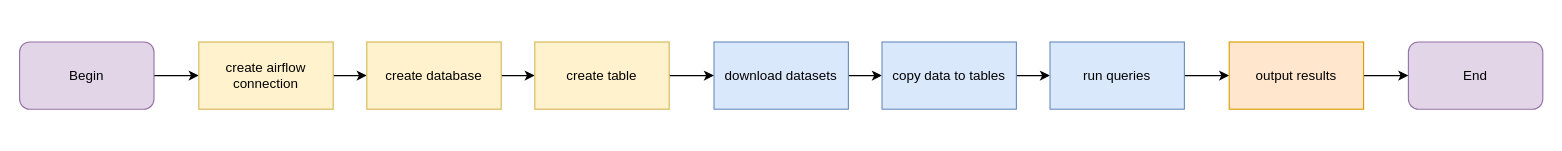
Before: docs/pipeline_v2.drawio in ZOulhadj/Data-Engineering, a draw.io diagram. Source tidied: cells renumbered, new cells numbered last; positions are measured from the earlier drawing's top-left corner, leaving out a move shared by most shapes. Both pictures are drawn from the tidied source at 112%, with x=0, y=0 at pixel (19, 41).
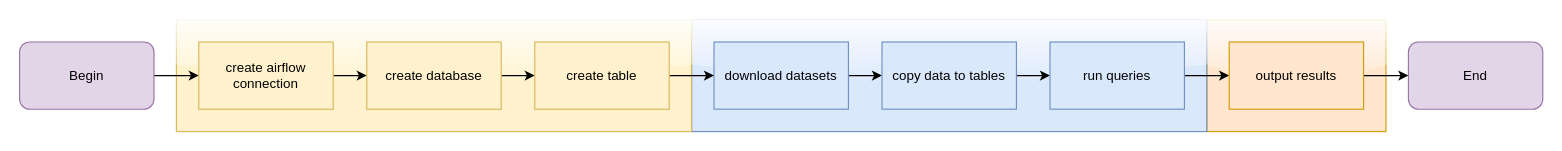
The same diagram, later.

Change to the diagram source:
```diff
@@
+    <mxCell id="19" style="rounded=0;whiteSpace=wrap;html=1;fillColor=#ffe6cc;strokeColor=#d79b00;shadow=0;glass=1;" parent="1" vertex="1">
+      <mxGeometry x="1060" y="-20" width="160" height="100" as="geometry" />
+    </mxCell>
+    <mxCell id="20" style="rounded=0;whiteSpace=wrap;html=1;fillColor=#dae8fc;strokeColor=#6c8ebf;shadow=0;glass=1;" parent="1" vertex="1">
+      <mxGeometry x="600" y="-20" width="460" height="100" as="geometry" />
+    </mxCell>
+    <mxCell id="21" style="rounded=0;whiteSpace=wrap;html=1;fillColor=#fff2cc;strokeColor=#d6b656;shadow=0;glass=1;" parent="1" vertex="1">
+      <mxGeometry x="140" y="-20" width="460" height="100" as="geometry" />
+    </mxCell>
```
